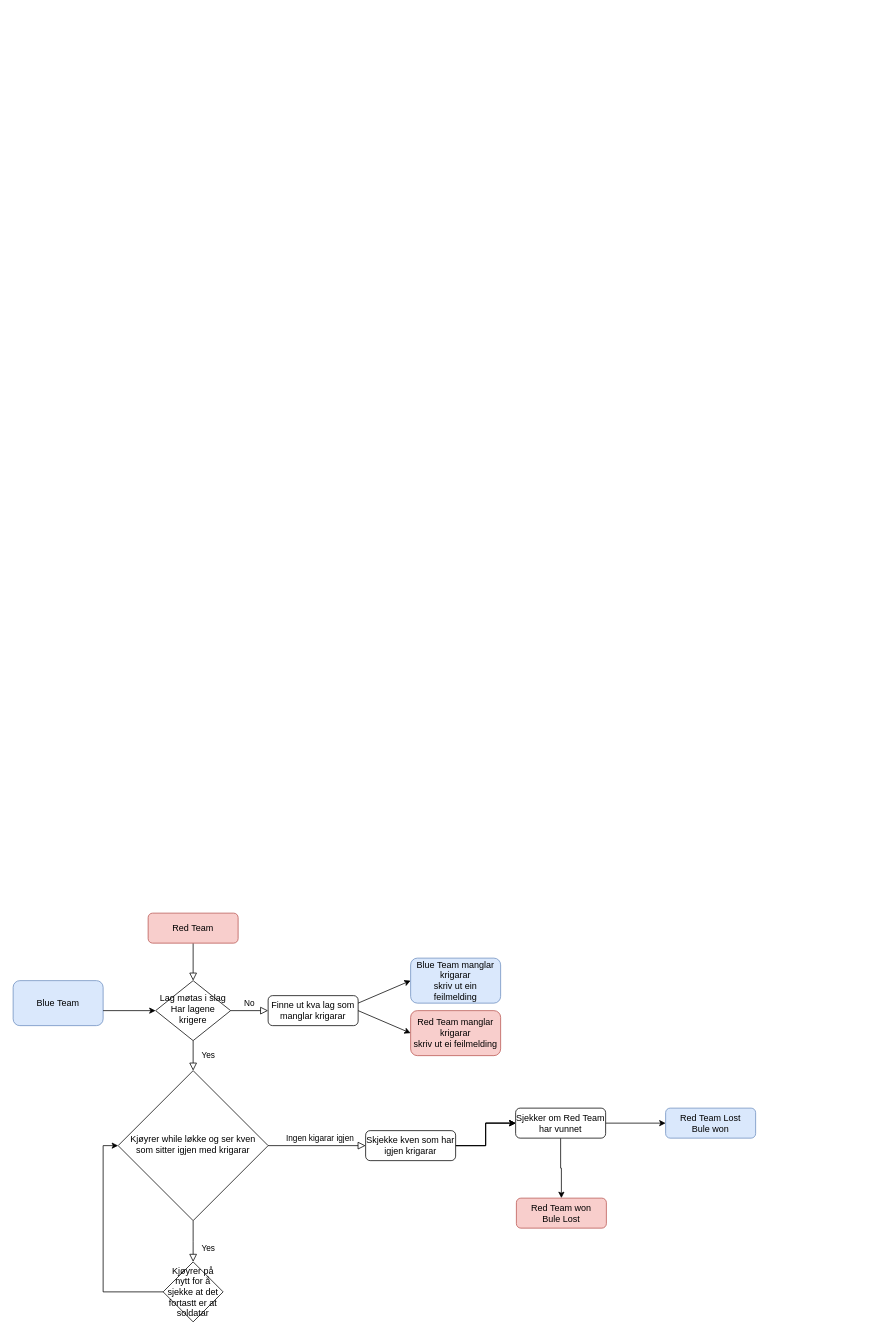
Earlier version of the draw.io diagram Let_the_War_begin/Flytdiagram/Untitled Diagram.drawio (Newtexas28/IT1). Source tidied: cells renumbered, new cells numbered last; positions are measured from the earlier drawing's top-left corner, leaving out a move shared by most shapes. Both pictures are drawn from the tidied source at 75%, with x=0, y=0 at pixel (13, 913).
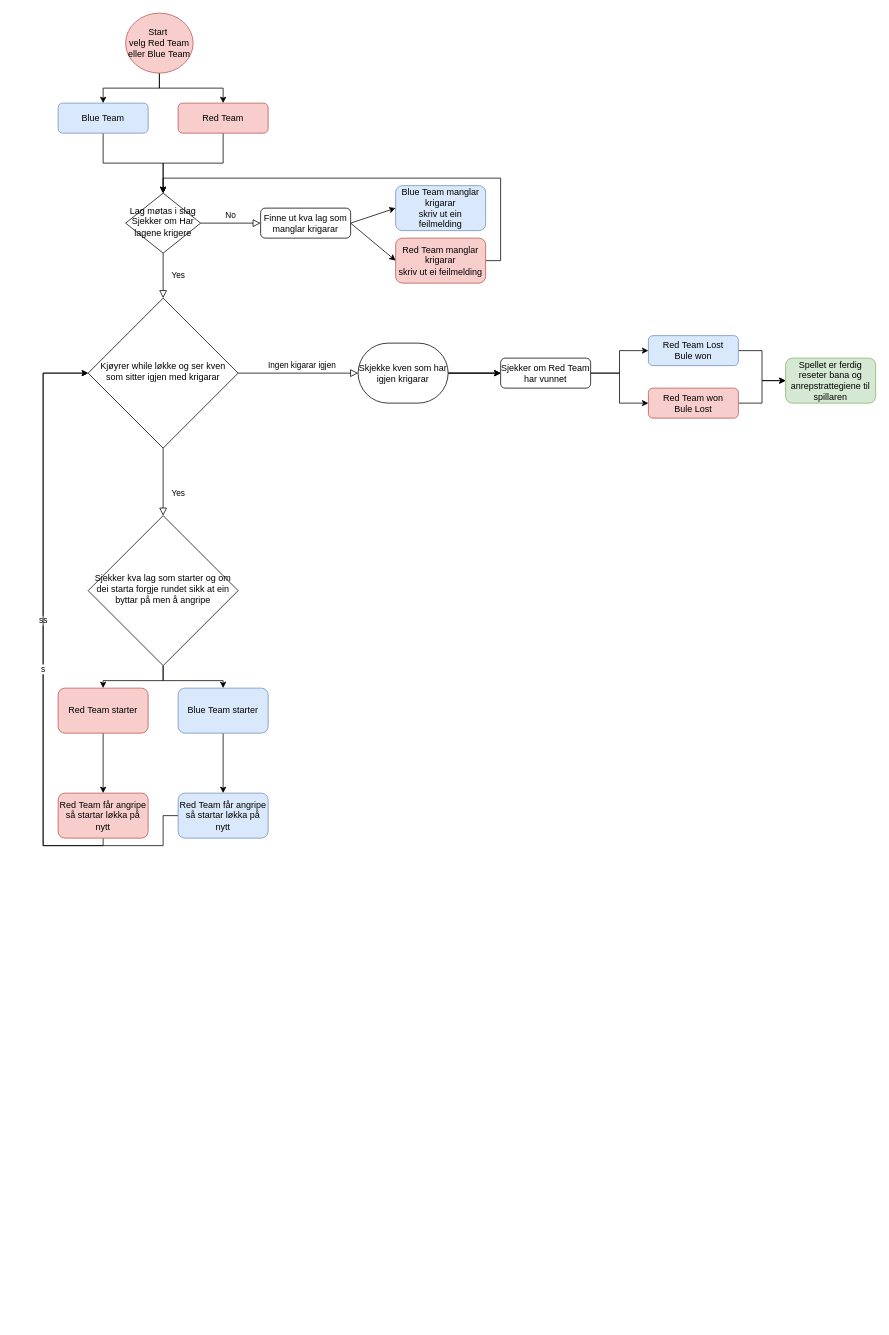
The same page after the edit.

Commit message:
Restucturing the diagram and adding what happens when red or blue starts

Diff of the diagram source:
```diff
@@
+    <mxCell id="28" style="edgeStyle=orthogonalEdgeStyle;rounded=0;jettySize=auto;html=1;exitX=0.5;exitY=1;exitDx=0;exitDy=0;entryX=0.5;entryY=0;entryDx=0;entryDy=0;" parent="1" edge="1" source="34" target="3">
+      <mxGeometry relative="1" as="geometry" />
+    </mxCell>
-    <mxCell id="2" style="rounded=0;html=1;jettySize=auto;fontSize=11;endArrow=block;endFill=0;endSize=8;strokeWidth=1;shadow=0;labelBackgroundColor=none;edgeStyle=orthogonalEdgeStyle;" parent="1" edge="1" source="3" target="6">
+    <mxCell id="2" style="edgeStyle=orthogonalEdgeStyle;rounded=0;jettySize=auto;html=1;exitX=0.5;exitY=1;exitDx=0;exitDy=0;entryX=0.5;entryY=0;entryDx=0;entryDy=0;" parent="1" edge="1" source="3" target="6">
       <mxGeometry relative="1" as="geometry" />
     </mxCell>
     <mxCell id="3" value="Red Team" style="rounded=1;whiteSpace=wrap;html=1;fontSize=12;glass=0;strokeWidth=1;shadow=0;fillColor=#f8cecc;strokeColor=#b85450;" parent="1" vertex="1">
-      <mxGeometry x="180" width="120" height="40" as="geometry" />
+      <mxGeometry x="220" y="-1080" width="120" height="40" as="geometry" />
     </mxCell>
@@
-    <mxCell id="6" value="Lag møtas i slag&lt;br&gt;Har lagene krigere" style="rhombus;whiteSpace=wrap;html=1;shadow=0;fontFamily=Helvetica;fontSize=12;align=center;strokeWidth=1;spacing=6;spacingTop=-4;" parent="1" vertex="1">
-      <mxGeometry x="190" y="90" width="100" height="80" as="geometry" />
+    <mxCell id="6" value="Lag møtas i slag&lt;br&gt;Sjekker om Har lagene krigere" style="rhombus;whiteSpace=wrap;html=1;shadow=0;fontFamily=Helvetica;fontSize=12;align=center;strokeWidth=1;spacing=6;spacingTop=-4;" parent="1" vertex="1">
+      <mxGeometry x="150" y="-960" width="100" height="80" as="geometry" />
     </mxCell>
-    <mxCell id="7" value="Finne ut kva lag som manglar krigarar" style="rounded=1;whiteSpace=wrap;html=1;fontSize=12;glass=0;strokeWidth=1;shadow=0;" parent="1" vertex="1">
-      <mxGeometry x="340" y="110" width="120" height="40" as="geometry" />
-    </mxCell>
-    <mxCell id="8" value="Yes" style="rounded=0;html=1;jettySize=auto;fontSize=11;endArrow=block;endFill=0;endSize=8;strokeWidth=1;shadow=0;labelBackgroundColor=none;edgeStyle=orthogonalEdgeStyle;" parent="1" edge="1" source="10">
-      <mxGeometry x="0.33" y="20" relative="1" as="geometry">
-        <mxPoint x="240" y="465" as="targetPoint" />
-      </mxGeometry>
+    <mxCell id="8" value="Yes" style="rounded=0;html=1;jettySize=auto;fontSize=11;endArrow=block;endFill=0;endSize=8;strokeWidth=1;shadow=0;labelBackgroundColor=none;edgeStyle=orthogonalEdgeStyle;entryX=0.5;entryY=0;entryDx=0;entryDy=0;" parent="1" edge="1" source="10" target="37">
+      <mxGeometry x="0.33" y="20" relative="1" as="geometry" />
     </mxCell>
@@
-    <mxCell id="10" value="Kjøyrer while løkke og ser kven som sitter igjen med krigarar" style="rhombus;whiteSpace=wrap;html=1;shadow=0;fontFamily=Helvetica;fontSize=12;align=center;strokeWidth=1;spacing=6;spacingTop=-4;" parent="1" vertex="1">
-      <mxGeometry x="140" y="210" width="200" height="200" as="geometry" />
-    </mxCell>
@@
-    <mxCell id="14" value="Skjekke kven som har igjen krigarar" style="rounded=1;whiteSpace=wrap;html=1;fontSize=12;glass=0;strokeWidth=1;shadow=0;" parent="1" vertex="1">
-      <mxGeometry x="470" y="290" width="120" height="40" as="geometry" />
+    <mxCell id="14" value="Skjekke kven som har igjen krigarar" style="rounded=1;whiteSpace=wrap;html=1;fontSize=12;glass=0;strokeWidth=1;shadow=0;arcSize=50;" parent="1" vertex="1">
+      <mxGeometry x="460" y="-760" width="120" height="80" as="geometry" />
     </mxCell>
+    <mxCell id="29" style="edgeStyle=orthogonalEdgeStyle;rounded=0;jettySize=auto;html=1;exitX=0.5;exitY=1;exitDx=0;exitDy=0;" parent="1" edge="1" source="15" target="6">
+      <mxGeometry relative="1" as="geometry" />
+    </mxCell>
     <mxCell id="15" value="Blue Team" style="rounded=1;whiteSpace=wrap;html=1;fillColor=#dae8fc;strokeColor=#6c8ebf;" parent="1" vertex="1">
-      <mxGeometry y="90" width="120" height="60" as="geometry" />
+      <mxGeometry x="60" y="-1080" width="120" height="40" as="geometry" />
     </mxCell>
-    <mxCell id="16" style="endArrow=classic;html=1;rounded=0;entryX=0;entryY=0.5;entryDx=0;entryDy=0;" parent="1" edge="1" target="6">
-      <mxGeometry relative="1" as="geometry">
-        <mxPoint x="120" y="130" as="sourcePoint" />
-      </mxGeometry>
-    </mxCell>
     <mxCell id="17" value="Blue Team manglar krigarar&lt;br&gt;skriv ut ein feilmelding" style="rounded=1;whiteSpace=wrap;html=1;fillColor=#dae8fc;strokeColor=#6c8ebf;" parent="1" vertex="1">
-      <mxGeometry x="530" y="60" width="120" height="60" as="geometry" />
+      <mxGeometry x="510" y="-970" width="120" height="60" as="geometry" />
     </mxCell>
+    <mxCell id="30" style="edgeStyle=orthogonalEdgeStyle;rounded=0;jettySize=auto;html=1;exitX=1;exitY=0.5;exitDx=0;exitDy=0;entryX=0.5;entryY=0;entryDx=0;entryDy=0;" parent="1" edge="1" source="18" target="6">
+      <mxGeometry relative="1" as="geometry" />
+    </mxCell>
     <mxCell id="18" value="Red Team manglar krigarar&lt;br&gt;skriv ut ei feilmelding" style="rounded=1;whiteSpace=wrap;html=1;fillColor=#f8cecc;strokeColor=#b85450;" parent="1" vertex="1">
-      <mxGeometry x="530" y="130" width="120" height="60" as="geometry" />
+      <mxGeometry x="510" y="-900" width="120" height="60" as="geometry" />
     </mxCell>
-    <mxCell id="19" style="endArrow=classic;html=1;rounded=0;entryX=0;entryY=0.5;entryDx=0;entryDy=0;" parent="1" edge="1" target="17">
-      <mxGeometry relative="1" as="geometry">
-        <mxPoint x="460" y="120" as="sourcePoint" />
-      </mxGeometry>
+    <mxCell id="19" style="endArrow=classic;html=1;rounded=0;entryX=0;entryY=0.5;entryDx=0;entryDy=0;exitX=1;exitY=0.5;exitDx=0;exitDy=0;" parent="1" edge="1" source="7" target="17">
+      <mxGeometry relative="1" as="geometry" />
     </mxCell>
@@
-    <mxCell id="21" style="edgeStyle=orthogonalEdgeStyle;rounded=0;jettySize=auto;html=1;entryX=0;entryY=0.5;entryDx=0;entryDy=0;" parent="1" edge="1" source="22" target="10">
-      <mxGeometry relative="1" as="geometry">
-        <Array as="points">
-          <mxPoint x="120" y="505" />
-          <mxPoint x="120" y="310" />
-        </Array>
-      </mxGeometry>
-    </mxCell>
-    <mxCell id="22" value="Kjøyrer på nytt for å sjekke at det fortastt er at soldatar" style="rhombus;whiteSpace=wrap;html=1;" parent="1" vertex="1">
-      <mxGeometry x="200" y="465" width="80" height="80" as="geometry" />
-    </mxCell>
@@
     <mxCell id="25" value="Sjekker om Red Team har vunnet" style="rounded=1;whiteSpace=wrap;html=1;fontSize=12;glass=0;strokeWidth=1;shadow=0;" parent="1" vertex="1">
-      <mxGeometry x="670" y="260" width="120" height="40" as="geometry" />
+      <mxGeometry x="650" y="-740" width="120" height="40" as="geometry" />
     </mxCell>
+    <mxCell id="31" style="edgeStyle=orthogonalEdgeStyle;rounded=0;jettySize=auto;html=1;exitX=1;exitY=0.5;exitDx=0;exitDy=0;entryX=0;entryY=0.5;entryDx=0;entryDy=0;" parent="1" edge="1" source="26" target="46">
+      <mxGeometry relative="1" as="geometry" />
+    </mxCell>
     <mxCell id="26" value="Red Team won&lt;br&gt;Bule Lost" style="rounded=1;whiteSpace=wrap;html=1;fontSize=12;glass=0;strokeWidth=1;shadow=0;fillColor=#f8cecc;strokeColor=#b85450;" parent="1" vertex="1">
-      <mxGeometry x="671" y="380" width="120" height="40" as="geometry" />
+      <mxGeometry x="847" y="-700" width="120" height="40" as="geometry" />
     </mxCell>
+    <mxCell id="32" style="edgeStyle=orthogonalEdgeStyle;rounded=0;jettySize=auto;html=1;exitX=1;exitY=0.5;exitDx=0;exitDy=0;entryX=0;entryY=0.5;entryDx=0;entryDy=0;" parent="1" edge="1" source="27" target="46">
+      <mxGeometry relative="1" as="geometry" />
+    </mxCell>
     <mxCell id="27" value="Red Team Lost&lt;br&gt;Bule won" style="rounded=1;whiteSpace=wrap;html=1;fontSize=12;glass=0;strokeWidth=1;shadow=0;fillColor=#dae8fc;strokeColor=#6c8ebf;" parent="1" vertex="1">
-      <mxGeometry x="870" y="260" width="120" height="40" as="geometry" />
+      <mxGeometry x="847" y="-770" width="120" height="40" as="geometry" />
     </mxCell>
+    <mxCell id="33" style="edgeStyle=orthogonalEdgeStyle;rounded=0;jettySize=auto;html=1;exitX=0.5;exitY=1;exitDx=0;exitDy=0;entryX=0.5;entryY=0;entryDx=0;entryDy=0;" parent="1" edge="1" source="34" target="15">
+      <mxGeometry relative="1" as="geometry" />
+    </mxCell>
+    <mxCell id="34" value="Start&amp;nbsp;&lt;br&gt;velg Red Team eller Blue Team" style="ellipse;whiteSpace=wrap;html=1;fillColor=#f8cecc;strokeColor=#b85450;rounded=1;glass=0;strokeWidth=1;shadow=0;" parent="1" vertex="1">
+      <mxGeometry x="150" y="-1200" width="90" height="80" as="geometry" />
+    </mxCell>
+    <mxCell id="35" style="edgeStyle=orthogonalEdgeStyle;rounded=0;jettySize=auto;html=1;entryX=0.5;entryY=0;entryDx=0;entryDy=0;" parent="1" edge="1" source="37" target="39">
+      <mxGeometry relative="1" as="geometry" />
+    </mxCell>
+    <mxCell id="36" style="edgeStyle=orthogonalEdgeStyle;rounded=0;jettySize=auto;html=1;exitX=0.5;exitY=1;exitDx=0;exitDy=0;entryX=0.5;entryY=0;entryDx=0;entryDy=0;" parent="1" edge="1" source="37" target="41">
+      <mxGeometry relative="1" as="geometry" />
+    </mxCell>
+    <mxCell id="37" value="Sjekker kva lag som starter og om dei starta forgje rundet sikk at ein byttar på men å angripe" style="rhombus;whiteSpace=wrap;html=1;shadow=0;fontFamily=Helvetica;fontSize=12;align=center;strokeWidth=1;spacing=6;spacingTop=-4;" parent="1" vertex="1">
+      <mxGeometry x="100" y="-530" width="200" height="200" as="geometry" />
+    </mxCell>
+    <mxCell id="10" value="Kjøyrer while løkke og ser kven som sitter igjen med krigarar" style="rhombus;whiteSpace=wrap;html=1;shadow=0;fontFamily=Helvetica;fontSize=12;align=center;strokeWidth=1;spacing=6;spacingTop=-4;" parent="1" vertex="1">
+      <mxGeometry x="100" y="-820" width="200" height="200" as="geometry" />
+    </mxCell>
+    <mxCell id="7" value="Finne ut kva lag som manglar krigarar" style="rounded=1;whiteSpace=wrap;html=1;fontSize=12;glass=0;strokeWidth=1;shadow=0;" parent="1" vertex="1">
+      <mxGeometry x="330" y="-940" width="120" height="40" as="geometry" />
+    </mxCell>
+    <mxCell id="38" style="edgeStyle=orthogonalEdgeStyle;rounded=0;jettySize=auto;html=1;" parent="1" edge="1" source="39" target="43">
+      <mxGeometry relative="1" as="geometry" />
+    </mxCell>
+    <mxCell id="39" value="Red Team starter" style="rounded=1;whiteSpace=wrap;html=1;fillColor=#f8cecc;strokeColor=#b85450;" parent="1" vertex="1">
+      <mxGeometry x="60" y="-300" width="120" height="60" as="geometry" />
+    </mxCell>
+    <mxCell id="40" style="edgeStyle=orthogonalEdgeStyle;rounded=0;jettySize=auto;html=1;exitX=0.5;exitY=1;exitDx=0;exitDy=0;entryX=0.5;entryY=0;entryDx=0;entryDy=0;" parent="1" edge="1" source="41" target="45">
+      <mxGeometry relative="1" as="geometry" />
+    </mxCell>
+    <mxCell id="41" value="Blue Team starter" style="rounded=1;whiteSpace=wrap;html=1;fillColor=#dae8fc;strokeColor=#6c8ebf;" parent="1" vertex="1">
+      <mxGeometry x="220" y="-300" width="120" height="60" as="geometry" />
+    </mxCell>
+    <mxCell id="42" value="ss" style="edgeStyle=orthogonalEdgeStyle;rounded=0;jettySize=auto;html=1;exitX=0.5;exitY=1;exitDx=0;exitDy=0;entryX=0;entryY=0.5;entryDx=0;entryDy=0;" parent="1" edge="1" source="43" target="10">
+      <mxGeometry relative="1" as="geometry">
+        <Array as="points">
+          <mxPoint x="120" y="-90" />
+          <mxPoint x="40" y="-90" />
+          <mxPoint x="40" y="-720" />
+        </Array>
+      </mxGeometry>
+    </mxCell>
+    <mxCell id="43" value="Red Team får angripe&lt;br&gt;så startar løkka på nytt" style="whiteSpace=wrap;html=1;fillColor=#f8cecc;strokeColor=#b85450;rounded=1;" parent="1" vertex="1">
+      <mxGeometry x="60" y="-160" width="120" height="60" as="geometry" />
+    </mxCell>
+    <mxCell id="44" value="s" style="edgeStyle=orthogonalEdgeStyle;rounded=0;jettySize=auto;html=1;exitX=0;exitY=0.5;exitDx=0;exitDy=0;entryX=0;entryY=0.5;entryDx=0;entryDy=0;" parent="1" edge="1" source="45" target="10">
+      <mxGeometry relative="1" as="geometry">
+        <Array as="points">
+          <mxPoint x="200" y="-130" />
+          <mxPoint x="200" y="-90" />
+          <mxPoint x="40" y="-90" />
+          <mxPoint x="40" y="-720" />
+        </Array>
+      </mxGeometry>
+    </mxCell>
+    <mxCell id="45" value="Red Team får angripe&lt;br style=&quot;border-color: var(--border-color);&quot;&gt;så startar løkka på nytt" style="rounded=1;whiteSpace=wrap;html=1;fillColor=#dae8fc;strokeColor=#6c8ebf;" parent="1" vertex="1">
+      <mxGeometry x="220" y="-160" width="120" height="60" as="geometry" />
+    </mxCell>
+    <mxCell id="46" value="Spellet er ferdig reseter bana og anrepstrattegiene til spillaren" style="rounded=1;whiteSpace=wrap;html=1;fillColor=#d5e8d4;strokeColor=#82b366;" parent="1" vertex="1">
+      <mxGeometry x="1030" y="-740" width="120" height="60" as="geometry" />
+    </mxCell>
```
